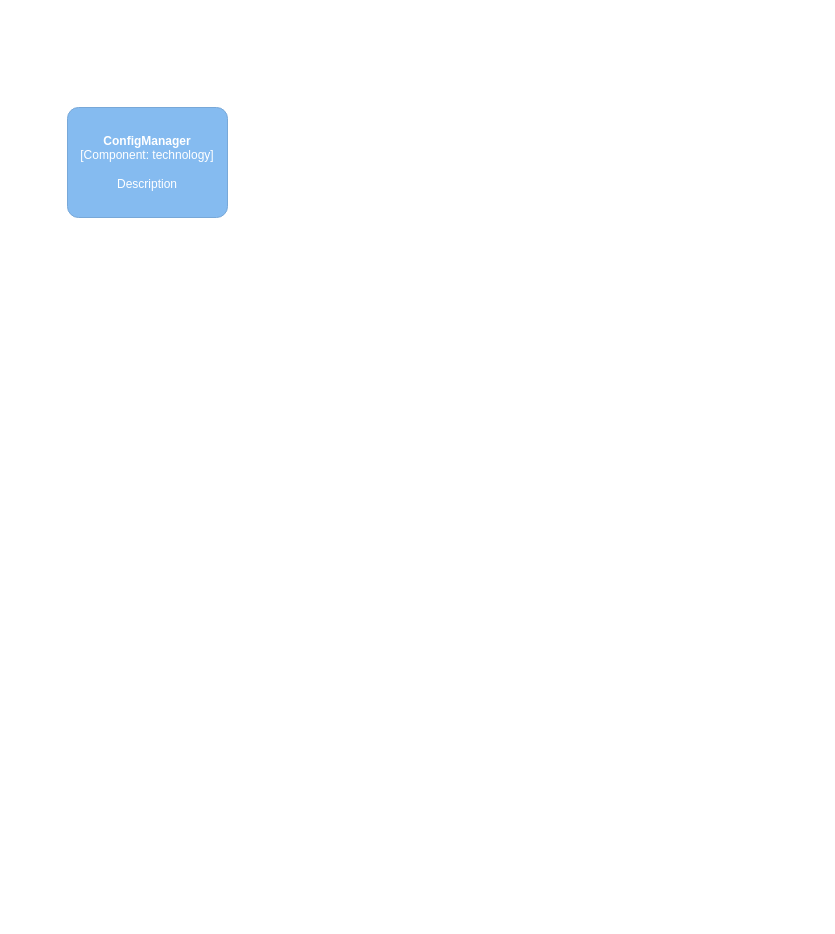
The draw.io diagram docs/Diagrams.drawio in scafflater/scafflater, before the edit. Source tidied: cells renumbered, new cells numbered last; positions are measured from the earlier drawing's top-left corner, leaving out a move shared by most shapes. Both pictures are drawn from the tidied source at 100%, with x=0, y=0 at pixel (67, 107).
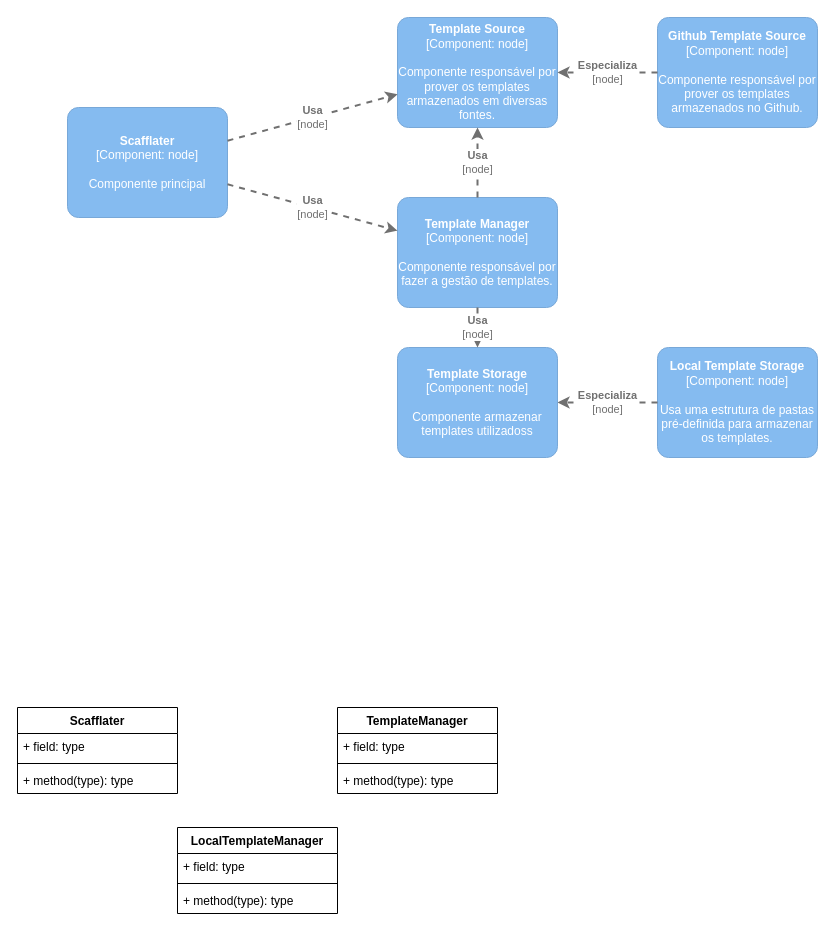
After the change.

What changed in the source:
```diff
@@
-    <object id="2" label="&lt;b&gt;%c4Name%&lt;/b&gt;&lt;div&gt;[%c4Type%: %c4Technology%]&lt;/div&gt;&lt;br&gt;&lt;div&gt;%c4Description%&lt;/div&gt;" c4Description="Description" c4Name="ConfigManager" c4Technology="technology" c4Type="Component" placeholders="1">
+    <object id="2" label="&lt;b&gt;%c4Name%&lt;/b&gt;&lt;div&gt;[%c4Type%: %c4Technology%]&lt;/div&gt;&lt;br&gt;&lt;div&gt;%c4Description%&lt;/div&gt;" c4Description="Componente principal" c4Name="Scafflater" c4Technology="node" c4Type="Component" placeholders="1">
       <mxCell style="rounded=1;whiteSpace=wrap;html=1;labelBackgroundColor=none;fillColor=#85BBF0;fontColor=#ffffff;align=center;arcSize=10;strokeColor=#78A8D8;metaData={&quot;c4Type&quot;:{&quot;editable&quot;:false}};points=[[0.25,0,0],[0.5,0,0],[0.75,0,0],[1,0.25,0],[1,0.5,0],[1,0.75,0],[0.75,1,0],[0.5,1,0],[0.25,1,0],[0,0.75,0],[0,0.5,0],[0,0.25,0]];" parent="1" vertex="1">
         <mxGeometry width="160" height="110" as="geometry" />
       </mxCell>
     </object>
+    <object id="3" label="&lt;b&gt;%c4Name%&lt;/b&gt;&lt;div&gt;[%c4Type%: %c4Technology%]&lt;/div&gt;&lt;br&gt;&lt;div&gt;%c4Description%&lt;/div&gt;" c4Description="Componente responsável por fazer a gestão de templates." c4Name="Template Manager" c4Technology="node" c4Type="Component" placeholders="1">
+      <mxCell style="rounded=1;whiteSpace=wrap;html=1;labelBackgroundColor=none;fillColor=#85BBF0;fontColor=#ffffff;align=center;arcSize=10;strokeColor=#78A8D8;metaData={&quot;c4Type&quot;:{&quot;editable&quot;:false}};points=[[0.25,0,0],[0.5,0,0],[0.75,0,0],[1,0.25,0],[1,0.5,0],[1,0.75,0],[0.75,1,0],[0.5,1,0],[0.25,1,0],[0,0.75,0],[0,0.5,0],[0,0.25,0]];" parent="1" vertex="1">
+        <mxGeometry x="330" y="90" width="160" height="110" as="geometry" />
+      </mxCell>
+    </object>
+    <mxCell id="4" value="Scafflater" style="swimlane;fontStyle=1;align=center;verticalAlign=top;horizontal=1;startSize=26;" parent="1" vertex="1">
+      <mxGeometry x="-50" y="600" width="160" height="86" as="geometry" />
+    </mxCell>
+    <mxCell id="5" value="+ field: type" style="text;strokeColor=none;fillColor=none;align=left;verticalAlign=top;spacingLeft=4;spacingRight=4;overflow=hidden;" parent="4" vertex="1">
+      <mxGeometry y="26" width="160" height="26" as="geometry" />
+    </mxCell>
+    <mxCell id="6" style="line;strokeWidth=1;fillColor=none;align=left;verticalAlign=middle;spacingTop=-1;spacingLeft=3;spacingRight=3;labelPosition=right;" parent="4" vertex="1">
+      <mxGeometry y="52" width="160" height="8" as="geometry" />
+    </mxCell>
+    <mxCell id="7" value="+ method(type): type" style="text;strokeColor=none;fillColor=none;align=left;verticalAlign=top;spacingLeft=4;spacingRight=4;overflow=hidden;" parent="4" vertex="1">
+      <mxGeometry y="60" width="160" height="26" as="geometry" />
+    </mxCell>
+    <mxCell id="8" value="TemplateManager" style="swimlane;fontStyle=1;align=center;verticalAlign=top;horizontal=1;startSize=26;" parent="1" vertex="1">
+      <mxGeometry x="270" y="600" width="160" height="86" as="geometry" />
+    </mxCell>
+    <mxCell id="9" value="+ field: type" style="text;strokeColor=none;fillColor=none;align=left;verticalAlign=top;spacingLeft=4;spacingRight=4;overflow=hidden;" parent="8" vertex="1">
+      <mxGeometry y="26" width="160" height="26" as="geometry" />
+    </mxCell>
+    <mxCell id="10" style="line;strokeWidth=1;fillColor=none;align=left;verticalAlign=middle;spacingTop=-1;spacingLeft=3;spacingRight=3;labelPosition=right;" parent="8" vertex="1">
+      <mxGeometry y="52" width="160" height="8" as="geometry" />
+    </mxCell>
+    <mxCell id="11" value="+ method(type): type" style="text;strokeColor=none;fillColor=none;align=left;verticalAlign=top;spacingLeft=4;spacingRight=4;overflow=hidden;" parent="8" vertex="1">
+      <mxGeometry y="60" width="160" height="26" as="geometry" />
+    </mxCell>
+    <mxCell id="12" value="LocalTemplateManager" style="swimlane;fontStyle=1;align=center;verticalAlign=top;horizontal=1;startSize=26;" parent="1" vertex="1">
+      <mxGeometry x="110" y="720" width="160" height="86" as="geometry" />
+    </mxCell>
+    <mxCell id="13" value="+ field: type" style="text;strokeColor=none;fillColor=none;align=left;verticalAlign=top;spacingLeft=4;spacingRight=4;overflow=hidden;" parent="12" vertex="1">
+      <mxGeometry y="26" width="160" height="26" as="geometry" />
+    </mxCell>
+    <mxCell id="14" style="line;strokeWidth=1;fillColor=none;align=left;verticalAlign=middle;spacingTop=-1;spacingLeft=3;spacingRight=3;labelPosition=right;" parent="12" vertex="1">
+      <mxGeometry y="52" width="160" height="8" as="geometry" />
+    </mxCell>
+    <mxCell id="15" value="+ method(type): type" style="text;strokeColor=none;fillColor=none;align=left;verticalAlign=top;spacingLeft=4;spacingRight=4;overflow=hidden;" parent="12" vertex="1">
+      <mxGeometry y="60" width="160" height="26" as="geometry" />
+    </mxCell>
+    <object id="16" label="&lt;b&gt;%c4Name%&lt;/b&gt;&lt;div&gt;[%c4Type%: %c4Technology%]&lt;/div&gt;&lt;br&gt;&lt;div&gt;%c4Description%&lt;/div&gt;" c4Description="Usa uma estrutura de pastas pré-definida para armazenar os templates." c4Name="Local Template Storage" c4Technology="node" c4Type="Component" placeholders="1">
+      <mxCell style="rounded=1;whiteSpace=wrap;html=1;labelBackgroundColor=none;fillColor=#85BBF0;fontColor=#ffffff;align=center;arcSize=10;strokeColor=#78A8D8;metaData={&quot;c4Type&quot;:{&quot;editable&quot;:false}};points=[[0.25,0,0],[0.5,0,0],[0.75,0,0],[1,0.25,0],[1,0.5,0],[1,0.75,0],[0.75,1,0],[0.5,1,0],[0.25,1,0],[0,0.75,0],[0,0.5,0],[0,0.25,0]];" parent="1" vertex="1">
+        <mxGeometry x="590" y="240" width="160" height="110" as="geometry" />
+      </mxCell>
+    </object>
+    <object id="17" label="&lt;div style=&quot;text-align: left&quot;&gt;&lt;div style=&quot;text-align: center&quot;&gt;&lt;b&gt;%c4Description%&lt;/b&gt;&lt;/div&gt;&lt;div style=&quot;text-align: center&quot;&gt;[%c4Technology%]&lt;/div&gt;&lt;/div&gt;" c4Description="Especializa" c4Technology="node" placeholders="1">
+      <mxCell style="edgeStyle=none;rounded=0;html=1;jettySize=auto;strokeColor=#707070;strokeWidth=2;fontColor=#707070;jumpStyle=none;dashed=1;metaData={&quot;c4Type&quot;:{&quot;editable&quot;:false}};" parent="1" edge="1" source="16" target="24">
+        <mxGeometry relative="1" as="geometry" />
+      </mxCell>
+    </object>
+    <object id="18" label="&lt;div style=&quot;text-align: left&quot;&gt;&lt;div style=&quot;text-align: center&quot;&gt;&lt;b&gt;%c4Description%&lt;/b&gt;&lt;/div&gt;&lt;div style=&quot;text-align: center&quot;&gt;[%c4Technology%]&lt;/div&gt;&lt;/div&gt;" c4Description="Usa" c4Technology="node" placeholders="1">
+      <mxCell style="edgeStyle=none;rounded=0;html=1;jettySize=auto;strokeColor=#707070;strokeWidth=2;fontColor=#707070;jumpStyle=none;dashed=1;metaData={&quot;c4Type&quot;:{&quot;editable&quot;:false}};" parent="1" edge="1" source="2" target="3">
+        <mxGeometry relative="1" as="geometry" />
+      </mxCell>
+    </object>
+    <object id="19" label="&lt;b&gt;%c4Name%&lt;/b&gt;&lt;div&gt;[%c4Type%: %c4Technology%]&lt;/div&gt;&lt;br&gt;&lt;div&gt;%c4Description%&lt;/div&gt;" c4Description="Componente responsável por prover os templates armazenados em diversas fontes." c4Name="Template Source" c4Technology="node" c4Type="Component" placeholders="1">
+      <mxCell style="rounded=1;whiteSpace=wrap;html=1;labelBackgroundColor=none;fillColor=#85BBF0;fontColor=#ffffff;align=center;arcSize=10;strokeColor=#78A8D8;metaData={&quot;c4Type&quot;:{&quot;editable&quot;:false}};points=[[0.25,0,0],[0.5,0,0],[0.75,0,0],[1,0.25,0],[1,0.5,0],[1,0.75,0],[0.75,1,0],[0.5,1,0],[0.25,1,0],[0,0.75,0],[0,0.5,0],[0,0.25,0]];" parent="1" vertex="1">
+        <mxGeometry x="330" y="-90" width="160" height="110" as="geometry" />
+      </mxCell>
+    </object>
+    <object id="20" label="&lt;div style=&quot;text-align: left&quot;&gt;&lt;div style=&quot;text-align: center&quot;&gt;&lt;b&gt;%c4Description%&lt;/b&gt;&lt;/div&gt;&lt;div style=&quot;text-align: center&quot;&gt;[%c4Technology%]&lt;/div&gt;&lt;/div&gt;" c4Description="Usa" c4Technology="node" placeholders="1">
+      <mxCell style="edgeStyle=none;rounded=0;html=1;jettySize=auto;strokeColor=#707070;strokeWidth=2;fontColor=#707070;jumpStyle=none;dashed=1;metaData={&quot;c4Type&quot;:{&quot;editable&quot;:false}};" parent="1" edge="1" source="3" target="19">
+        <mxGeometry relative="1" as="geometry" />
+      </mxCell>
+    </object>
+    <object id="21" label="&lt;b&gt;%c4Name%&lt;/b&gt;&lt;div&gt;[%c4Type%: %c4Technology%]&lt;/div&gt;&lt;br&gt;&lt;div&gt;%c4Description%&lt;/div&gt;" c4Description="Componente responsável por prover os templates armazenados no Github." c4Name="Github Template Source" c4Technology="node" c4Type="Component" placeholders="1">
+      <mxCell style="rounded=1;whiteSpace=wrap;html=1;labelBackgroundColor=none;fillColor=#85BBF0;fontColor=#ffffff;align=center;arcSize=10;strokeColor=#78A8D8;metaData={&quot;c4Type&quot;:{&quot;editable&quot;:false}};points=[[0.25,0,0],[0.5,0,0],[0.75,0,0],[1,0.25,0],[1,0.5,0],[1,0.75,0],[0.75,1,0],[0.5,1,0],[0.25,1,0],[0,0.75,0],[0,0.5,0],[0,0.25,0]];" parent="1" vertex="1">
+        <mxGeometry x="590" y="-90" width="160" height="110" as="geometry" />
+      </mxCell>
+    </object>
+    <object id="22" label="&lt;div style=&quot;text-align: left&quot;&gt;&lt;div style=&quot;text-align: center&quot;&gt;&lt;b&gt;%c4Description%&lt;/b&gt;&lt;/div&gt;&lt;div style=&quot;text-align: center&quot;&gt;[%c4Technology%]&lt;/div&gt;&lt;/div&gt;" c4Description="Especializa" c4Technology="node" placeholders="1">
+      <mxCell style="edgeStyle=none;rounded=0;html=1;jettySize=auto;strokeColor=#707070;strokeWidth=2;fontColor=#707070;jumpStyle=none;dashed=1;metaData={&quot;c4Type&quot;:{&quot;editable&quot;:false}};" parent="1" edge="1" source="21" target="19">
+        <mxGeometry relative="1" as="geometry" />
+      </mxCell>
+    </object>
+    <object id="23" label="&lt;div style=&quot;text-align: left&quot;&gt;&lt;div style=&quot;text-align: center&quot;&gt;&lt;b&gt;%c4Description%&lt;/b&gt;&lt;/div&gt;&lt;div style=&quot;text-align: center&quot;&gt;[%c4Technology%]&lt;/div&gt;&lt;/div&gt;" c4Description="Usa" c4Technology="node" placeholders="1">
+      <mxCell style="edgeStyle=none;rounded=0;html=1;jettySize=auto;strokeColor=#707070;strokeWidth=2;fontColor=#707070;jumpStyle=none;dashed=1;metaData={&quot;c4Type&quot;:{&quot;editable&quot;:false}};" parent="1" edge="1" source="2" target="19">
+        <mxGeometry relative="1" as="geometry" />
+      </mxCell>
+    </object>
+    <object id="24" label="&lt;b&gt;%c4Name%&lt;/b&gt;&lt;div&gt;[%c4Type%: %c4Technology%]&lt;/div&gt;&lt;br&gt;&lt;div&gt;%c4Description%&lt;/div&gt;" c4Description="Componente armazenar templates utilizadoss" c4Name="Template Storage" c4Technology="node" c4Type="Component" placeholders="1">
+      <mxCell style="rounded=1;whiteSpace=wrap;html=1;labelBackgroundColor=none;fillColor=#85BBF0;fontColor=#ffffff;align=center;arcSize=10;strokeColor=#78A8D8;metaData={&quot;c4Type&quot;:{&quot;editable&quot;:false}};points=[[0.25,0,0],[0.5,0,0],[0.75,0,0],[1,0.25,0],[1,0.5,0],[1,0.75,0],[0.75,1,0],[0.5,1,0],[0.25,1,0],[0,0.75,0],[0,0.5,0],[0,0.25,0]];" parent="1" vertex="1">
+        <mxGeometry x="330" y="240" width="160" height="110" as="geometry" />
+      </mxCell>
+    </object>
+    <object id="25" label="&lt;div style=&quot;text-align: left&quot;&gt;&lt;div style=&quot;text-align: center&quot;&gt;&lt;b&gt;%c4Description%&lt;/b&gt;&lt;/div&gt;&lt;div style=&quot;text-align: center&quot;&gt;[%c4Technology%]&lt;/div&gt;&lt;/div&gt;" c4Description="Usa" c4Technology="node" placeholders="1">
+      <mxCell style="edgeStyle=none;rounded=0;html=1;jettySize=auto;strokeColor=#707070;strokeWidth=2;fontColor=#707070;jumpStyle=none;dashed=1;metaData={&quot;c4Type&quot;:{&quot;editable&quot;:false}};" parent="1" edge="1" source="3" target="24">
+        <mxGeometry relative="1" as="geometry" />
+      </mxCell>
+    </object>
```
